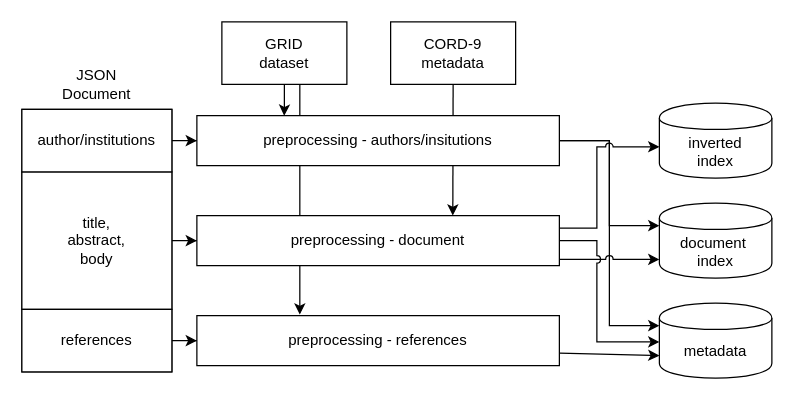
tobiaskortus/covid19-search keeps this draw.io diagram as doc/processing_overview.drawio. Above is the earlier version. Source tidied: cells renumbered, new cells numbered last; positions are measured from the earlier drawing's top-left corner, leaving out a move shared by most shapes. Both pictures are drawn from the tidied source at 125%, with x=0, y=0 at pixel (21, 21).
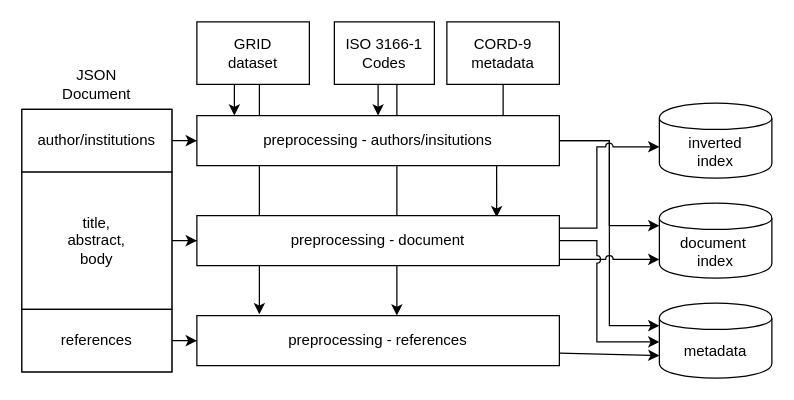
After the change.

Commit message (it also covers changes not shown here):
added architecture to main README.md + updated multiple graphics

The change refers to these unchanged cells:
```xml
<mxCell id="9" value="preprocessing - references" style="rounded=0;whiteSpace=wrap;html=1;" parent="1" vertex="1">
  <mxGeometry x="140" y="235" width="290" height="40" as="geometry" />
</mxCell>
<mxCell id="18" value="preprocessing - authors/insitutions" style="rounded=0;whiteSpace=wrap;html=1;" parent="1" vertex="1">
  <mxGeometry x="140" y="75" width="290" height="40" as="geometry" />
</mxCell>
<mxCell id="21" value="preprocessing - document" style="rounded=0;whiteSpace=wrap;html=1;" parent="1" vertex="1">
  <mxGeometry x="140" y="155" width="290" height="40" as="geometry" />
</mxCell>
```

Change to the diagram source:
```diff
@@
+    <mxCell id="27" style="edgeStyle=orthogonalEdgeStyle;rounded=1;jettySize=auto;html=1;strokeWidth=1;" parent="1" edge="1" source="30" target="9">
+      <mxGeometry relative="1" as="geometry">
+        <Array as="points">
+          <mxPoint x="300" y="120" />
+          <mxPoint x="300" y="120" />
+        </Array>
+      </mxGeometry>
+    </mxCell>
@@
-    <mxCell id="11" style="edgeStyle=orthogonalEdgeStyle;rounded=0;jettySize=auto;html=1;entryX=0.241;entryY=0.003;entryDx=0;entryDy=0;entryPerimeter=0;" parent="1" edge="1" source="13" target="18">
-      <mxGeometry relative="1" as="geometry" />
-    </mxCell>
-    <mxCell id="12" style="edgeStyle=orthogonalEdgeStyle;rounded=0;jettySize=auto;html=1;entryX=0.284;entryY=-0.02;entryDx=0;entryDy=0;entryPerimeter=0;" parent="1" edge="1" source="13" target="9">
+    <mxCell id="12" style="edgeStyle=orthogonalEdgeStyle;rounded=0;jettySize=auto;html=1;" parent="1" edge="1" source="13">
       <mxGeometry relative="1" as="geometry">
+        <mxPoint x="190" y="234" as="targetPoint" />
         <Array as="points">
-          <mxPoint x="222" y="234" />
+          <mxPoint x="190" y="234" />
         </Array>
       </mxGeometry>
     </mxCell>
+    <mxCell id="28" style="edgeStyle=orthogonalEdgeStyle;rounded=1;jettySize=auto;html=1;strokeWidth=1;" parent="1" edge="1" source="13">
+      <mxGeometry relative="1" as="geometry">
+        <mxPoint x="170" y="75" as="targetPoint" />
+        <Array as="points">
+          <mxPoint x="170" y="75" />
+        </Array>
+      </mxGeometry>
+    </mxCell>
     <mxCell id="13" value="GRID &lt;br&gt;dataset" style="rounded=0;whiteSpace=wrap;html=1;" parent="1" vertex="1">
-      <mxGeometry x="160" width="100" height="50" as="geometry" />
+      <mxGeometry x="140" width="90" height="50" as="geometry" />
     </mxCell>
-    <mxCell id="14" style="edgeStyle=orthogonalEdgeStyle;rounded=0;jumpStyle=arc;jettySize=auto;html=1;entryX=0.706;entryY=0;entryDx=0;entryDy=0;entryPerimeter=0;" parent="1" edge="1" source="15" target="21">
+    <mxCell id="14" style="edgeStyle=orthogonalEdgeStyle;rounded=0;jumpStyle=arc;jettySize=auto;html=1;entryX=0.827;entryY=0.035;entryDx=0;entryDy=0;entryPerimeter=0;" parent="1" edge="1" source="15" target="21">
       <mxGeometry relative="1" as="geometry" />
     </mxCell>
     <mxCell id="15" value="CORD-9 metadata" style="rounded=0;whiteSpace=wrap;html=1;" parent="1" vertex="1">
-      <mxGeometry x="295" width="100" height="50" as="geometry" />
+      <mxGeometry x="340" width="90" height="50" as="geometry" />
     </mxCell>
@@
+    <mxCell id="29" style="edgeStyle=orthogonalEdgeStyle;rounded=1;jettySize=auto;html=1;strokeWidth=1;" parent="1" edge="1" source="30" target="18">
+      <mxGeometry relative="1" as="geometry">
+        <Array as="points">
+          <mxPoint x="285" y="60" />
+          <mxPoint x="285" y="60" />
+        </Array>
+      </mxGeometry>
+    </mxCell>
+    <mxCell id="30" value="ISO 3166-1&lt;br&gt;Codes" style="rounded=0;whiteSpace=wrap;html=1;" parent="1" vertex="1">
+      <mxGeometry x="250" width="80" height="50" as="geometry" />
+    </mxCell>
```
